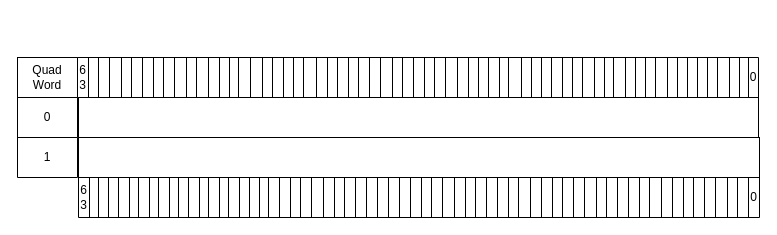
LuyaoZhong/Figures keeps this draw.io diagram as nic_descriptor.drawio. Above is the earlier version. Source tidied: cells renumbered, new cells numbered last; positions are measured from the earlier drawing's top-left corner, leaving out a move shared by most shapes. Both pictures are drawn from the tidied source at 100%, with x=0, y=0 at pixel (17, 57).
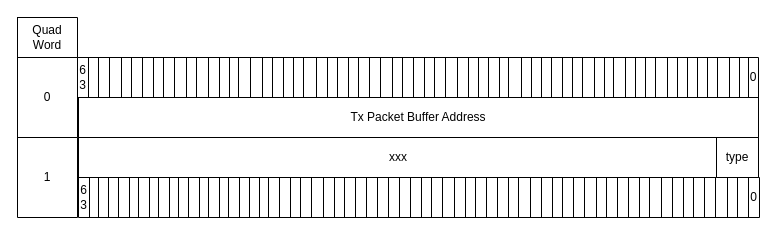
The same diagram, later.

Diff of the diagram source:
```diff
@@
     <mxCell id="134" style="shape=table;startSize=0;childLayout=tableLayout;" parent="1" vertex="1">
-      <mxGeometry width="60" height="40" as="geometry" />
+      <mxGeometry y="-40" width="60" height="40" as="geometry" />
     </mxCell>
@@
-    <mxCell id="137" style="rounded=0;whiteSpace=wrap;html=1;" parent="1" vertex="1">
+    <mxCell id="137" value="Tx Packet Buffer Address" style="rounded=0;whiteSpace=wrap;html=1;" parent="1" vertex="1">
       <mxGeometry x="61" y="40" width="680" height="40" as="geometry" />
     </mxCell>
-    <mxCell id="138" style="rounded=0;whiteSpace=wrap;html=1;" parent="1" vertex="1">
-      <mxGeometry x="61" y="80" width="681" height="40" as="geometry" />
+    <mxCell id="138" value="xxx" style="rounded=0;whiteSpace=wrap;html=1;" parent="1" vertex="1">
+      <mxGeometry x="61" y="80" width="640" height="40" as="geometry" />
     </mxCell>
     <mxCell id="139" style="shape=table;startSize=0;childLayout=tableLayout;" parent="1" vertex="1">
-      <mxGeometry y="40" width="60" height="40" as="geometry" />
+      <mxGeometry width="60" height="80" as="geometry" />
     </mxCell>
     <mxCell id="140" style="shape=tableRow;horizontal=0;startSize=0;swimlaneHead=0;swimlaneBody=0;top=0;left=0;bottom=0;right=0;fillColor=none;" parent="139" vertex="1">
-      <mxGeometry width="60" height="40" as="geometry" />
+      <mxGeometry width="60" height="80" as="geometry" />
     </mxCell>
     <mxCell id="141" value="0" style="shape=partialRectangle;html=1;whiteSpace=wrap;overflow=hidden;fillColor=none;top=0;left=0;bottom=0;right=0;" parent="140" vertex="1">
-      <mxGeometry width="60" height="40" as="geometry" />
+      <mxGeometry width="60" height="80" as="geometry" />
     </mxCell>
     <mxCell id="142" style="shape=table;startSize=0;childLayout=tableLayout;" parent="1" vertex="1">
-      <mxGeometry y="80" width="60" height="40" as="geometry" />
+      <mxGeometry y="80" width="60" height="80" as="geometry" />
     </mxCell>
     <mxCell id="143" style="shape=tableRow;horizontal=0;startSize=0;swimlaneHead=0;swimlaneBody=0;top=0;left=0;bottom=0;right=0;fillColor=none;" parent="142" vertex="1">
-      <mxGeometry width="60" height="40" as="geometry" />
+      <mxGeometry width="60" height="80" as="geometry" />
     </mxCell>
     <mxCell id="144" value="1" style="shape=partialRectangle;html=1;whiteSpace=wrap;overflow=hidden;fillColor=none;top=0;left=0;bottom=0;right=0;" parent="143" vertex="1">
-      <mxGeometry width="60" height="40" as="geometry" />
+      <mxGeometry width="60" height="80" as="geometry" />
     </mxCell>
+    <mxCell id="145" style="shape=table;startSize=0;childLayout=tableLayout;" parent="1" vertex="1">
+      <mxGeometry x="699" y="80" width="42" height="40" as="geometry" />
+    </mxCell>
+    <mxCell id="146" style="shape=tableRow;horizontal=0;startSize=0;swimlaneHead=0;swimlaneBody=0;top=0;left=0;bottom=0;right=0;fillColor=none;" parent="145" vertex="1">
+      <mxGeometry width="42" height="40" as="geometry" />
+    </mxCell>
+    <mxCell id="147" value="type" style="shape=partialRectangle;html=1;whiteSpace=wrap;overflow=hidden;fillColor=none;top=0;left=0;bottom=0;right=0;" parent="146" vertex="1">
+      <mxGeometry width="42" height="40" as="geometry" />
+    </mxCell>
```
